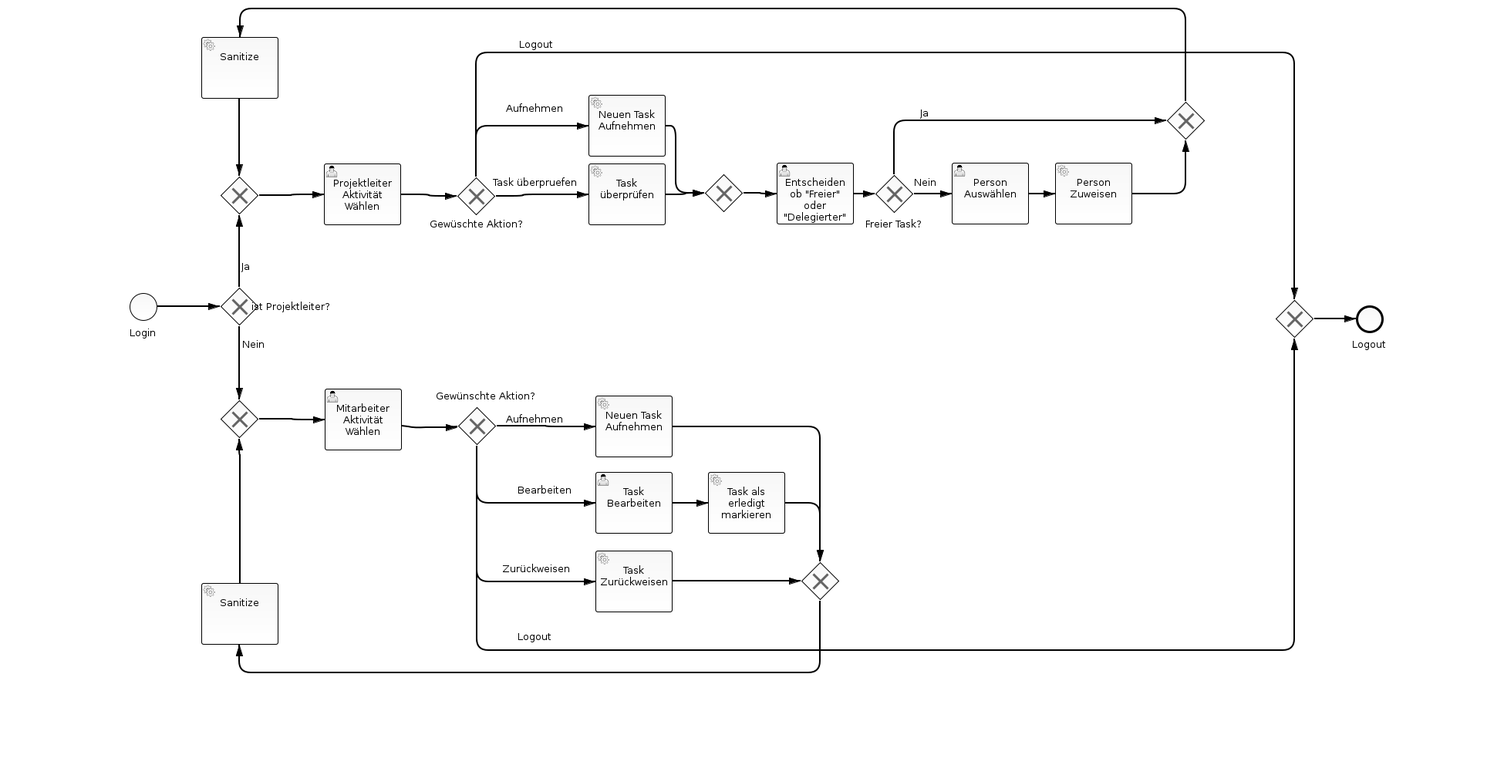
Earlier version of the BPMN export HA6/src/main/resources/GTD.png (rafaelkallis/winfo). Its source is kept beside it as HA6/src/main/resources/GTD.bpmn. Ids are renumbered.
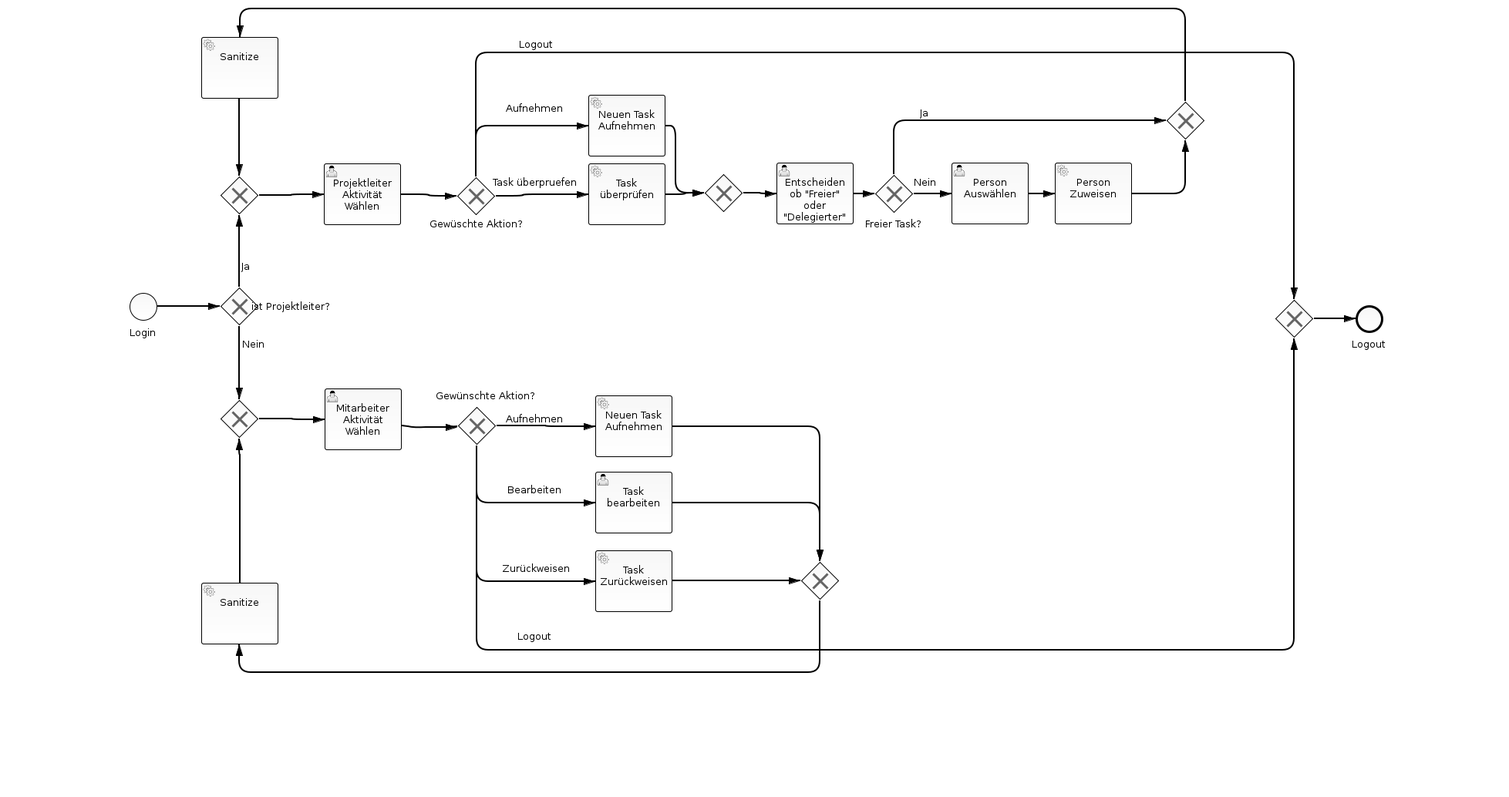
The same diagram one commit later.

Commit message:
merge task bearbeiten

What changed in the source:
```diff
@@ -27,7 +27,7 @@
       <bpmn2:outgoing>SequenceFlow_43</bpmn2:outgoing>
       <bpmn2:outgoing>SequenceFlow_60</bpmn2:outgoing>
     </bpmn2:exclusiveGateway>
-    <bpmn2:sequenceFlow id="SequenceFlow_15" name="Bearbeiten" sourceRef="MitarbeiterWorkspaceGateway" targetRef="UserTask_6">
+    <bpmn2:sequenceFlow id="SequenceFlow_15" name="Bearbeiten" sourceRef="MitarbeiterWorkspaceGateway" targetRef="UserTask_4">
       <bpmn2:conditionExpression xsi:type="bpmn2:tFormalExpression">${mitarbeiterWorkspaceGatewayController.isBearbeitenAction()}</bpmn2:conditionExpression>
     </bpmn2:sequenceFlow>
     <bpmn2:sequenceFlow id="SequenceFlow_29" name="Zurückweisen" sourceRef="MitarbeiterWorkspaceGateway" targetRef="ServiceTask_6">
@@ -138,20 +138,10 @@
       <bpmn2:outgoing>SequenceFlow_55</bpmn2:outgoing>
     </bpmn2:serviceTask>
     <bpmn2:sequenceFlow id="SequenceFlow_55" name="" sourceRef="ServiceTask_6" targetRef="ExclusiveGateway_12"/>
-    <bpmn2:serviceTask id="ServiceTask_4" camunda:expression="${taskAlsErledigtMarkierenController.markAsDone(taskId)}" name="Task als erledigt markieren">
-      <bpmn2:incoming>SequenceFlow_17</bpmn2:incoming>
-      <bpmn2:outgoing>SequenceFlow_56</bpmn2:outgoing>
-    </bpmn2:serviceTask>
-    <bpmn2:sequenceFlow id="SequenceFlow_56" name="" sourceRef="ServiceTask_4" targetRef="ExclusiveGateway_12"/>
-    <bpmn2:userTask id="UserTask_6" camunda:formKey="app:task_bearbeiten.jsf" camunda:assignee="demo" name="Task Bearbeiten">
-      <bpmn2:incoming>SequenceFlow_15</bpmn2:incoming>
-      <bpmn2:outgoing>SequenceFlow_17</bpmn2:outgoing>
-    </bpmn2:userTask>
-    <bpmn2:sequenceFlow id="SequenceFlow_17" name="" sourceRef="UserTask_6" targetRef="ServiceTask_4"/>
     <bpmn2:exclusiveGateway id="ExclusiveGateway_12">
       <bpmn2:incoming>SequenceFlow_55</bpmn2:incoming>
-      <bpmn2:incoming>SequenceFlow_56</bpmn2:incoming>
       <bpmn2:incoming>SequenceFlow_58</bpmn2:incoming>
+      <bpmn2:incoming>SequenceFlow_5</bpmn2:incoming>
       <bpmn2:outgoing>SequenceFlow_59</bpmn2:outgoing>
     </bpmn2:exclusiveGateway>
     <bpmn2:sequenceFlow id="SequenceFlow_59" name="" sourceRef="ExclusiveGateway_12" targetRef="ServiceTask_2"/>
@@ -165,6 +155,11 @@
       <bpmn2:outgoing>SequenceFlow_3</bpmn2:outgoing>
     </bpmn2:serviceTask>
     <bpmn2:sequenceFlow id="SequenceFlow_3" name="" sourceRef="ServiceTask_1" targetRef="ExclusiveGateway_11"/>
+    <bpmn2:userTask id="UserTask_4" camunda:formKey="app:task_bearbeiten.jsf" camunda:assignee="demo" name="Task bearbeiten">
+      <bpmn2:incoming>SequenceFlow_15</bpmn2:incoming>
+      <bpmn2:outgoing>SequenceFlow_5</bpmn2:outgoing>
+    </bpmn2:userTask>
+    <bpmn2:sequenceFlow id="SequenceFlow_5" name="" sourceRef="UserTask_4" targetRef="ExclusiveGateway_12"/>
   </bpmn2:process>
   <bpmndi:BPMNDiagram id="BPMNDiagram_1">
     <bpmndi:BPMNPlane id="BPMNPlane_1" bpmnElement="Process_1">
@@ -209,25 +204,13 @@
           <dc:Bounds height="21.0" width="144.0" x="558.0" y="504.0"/>
         </bpmndi:BPMNLabel>
       </bpmndi:BPMNShape>
-      <bpmndi:BPMNShape id="_BPMNShape_UserTask_13" bpmnElement="UserTask_6">
-        <dc:Bounds height="80.0" width="100.0" x="772.0" y="612.0"/>
-      </bpmndi:BPMNShape>
-      <bpmndi:BPMNEdge id="BPMNEdge_SequenceFlow_15" bpmnElement="SequenceFlow_15" sourceElement="_BPMNShape_ExclusiveGateway_5" targetElement="_BPMNShape_UserTask_13">
+      <bpmndi:BPMNEdge id="BPMNEdge_SequenceFlow_15" bpmnElement="SequenceFlow_15" sourceElement="_BPMNShape_ExclusiveGateway_5" targetElement="_BPMNShape_UserTask_30">
         <di:waypoint xsi:type="dc:Point" x="618.0" y="577.0"/>
         <di:waypoint xsi:type="dc:Point" x="618.0" y="652.0"/>
+        <di:waypoint xsi:type="dc:Point" x="707.0" y="652.0"/>
         <di:waypoint xsi:type="dc:Point" x="772.0" y="652.0"/>
         <bpmndi:BPMNLabel>
-          <dc:Bounds height="21.0" width="76.0" x="669.0" y="626.0"/>
-        </bpmndi:BPMNLabel>
-      </bpmndi:BPMNEdge>
-      <bpmndi:BPMNShape id="_BPMNShape_ServiceTask_15" bpmnElement="ServiceTask_4">
-        <dc:Bounds height="80.0" width="100.0" x="918.0" y="612.0"/>
-      </bpmndi:BPMNShape>
-      <bpmndi:BPMNEdge id="BPMNEdge_SequenceFlow_17" bpmnElement="SequenceFlow_17" sourceElement="_BPMNShape_UserTask_13" targetElement="_BPMNShape_ServiceTask_15">
-        <di:waypoint xsi:type="dc:Point" x="872.0" y="652.0"/>
-        <di:waypoint xsi:type="dc:Point" x="918.0" y="652.0"/>
-        <bpmndi:BPMNLabel>
-          <dc:Bounds height="6.0" width="6.0" x="894.0" y="652.0"/>
+          <dc:Bounds height="21.0" width="76.0" x="656.0" y="626.0"/>
         </bpmndi:BPMNLabel>
       </bpmndi:BPMNEdge>
       <bpmndi:BPMNShape id="_BPMNShape_UserTask_15" bpmnElement="UserTask_8">
@@ -402,14 +385,6 @@
           <dc:Bounds height="6.0" width="6.0" x="894.0" y="645.0"/>
         </bpmndi:BPMNLabel>
       </bpmndi:BPMNEdge>
-      <bpmndi:BPMNEdge id="BPMNEdge_SequenceFlow_56" bpmnElement="SequenceFlow_56" sourceElement="_BPMNShape_ServiceTask_15" targetElement="_BPMNShape_ExclusiveGateway_14">
-        <di:waypoint xsi:type="dc:Point" x="1018.0" y="652.0"/>
-        <di:waypoint xsi:type="dc:Point" x="1063.0" y="652.0"/>
-        <di:waypoint xsi:type="dc:Point" x="1063.0" y="728.0"/>
-        <bpmndi:BPMNLabel>
-          <dc:Bounds height="6.0" width="6.0" x="1095.0" y="616.0"/>
-        </bpmndi:BPMNLabel>
-      </bpmndi:BPMNEdge>
       <bpmndi:BPMNEdge id="BPMNEdge_SequenceFlow_58" bpmnElement="SequenceFlow_58" sourceElement="_BPMNShape_UserTask_24" targetElement="_BPMNShape_ExclusiveGateway_14">
         <di:waypoint xsi:type="dc:Point" x="872.0" y="553.0"/>
         <di:waypoint xsi:type="dc:Point" x="955.0" y="553.0"/>
@@ -528,6 +503,18 @@
           <dc:Bounds height="6.0" width="6.0" x="308.0" y="734.0"/>
         </bpmndi:BPMNLabel>
       </bpmndi:BPMNEdge>
+      <bpmndi:BPMNShape id="_BPMNShape_UserTask_30" bpmnElement="UserTask_4">
+        <dc:Bounds height="80.0" width="100.0" x="772.0" y="612.0"/>
+      </bpmndi:BPMNShape>
+      <bpmndi:BPMNEdge id="BPMNEdge_SequenceFlow_5" bpmnElement="SequenceFlow_5" sourceElement="_BPMNShape_UserTask_30" targetElement="_BPMNShape_ExclusiveGateway_14">
+        <di:waypoint xsi:type="dc:Point" x="872.0" y="652.0"/>
+        <di:waypoint xsi:type="dc:Point" x="955.0" y="652.0"/>
+        <di:waypoint xsi:type="dc:Point" x="1063.0" y="652.0"/>
+        <di:waypoint xsi:type="dc:Point" x="1063.0" y="728.0"/>
+        <bpmndi:BPMNLabel>
+          <dc:Bounds height="6.0" width="6.0" x="1003.0" y="652.0"/>
+        </bpmndi:BPMNLabel>
+      </bpmndi:BPMNEdge>
     </bpmndi:BPMNPlane>
   </bpmndi:BPMNDiagram>
 </bpmn2:definitions>
```
